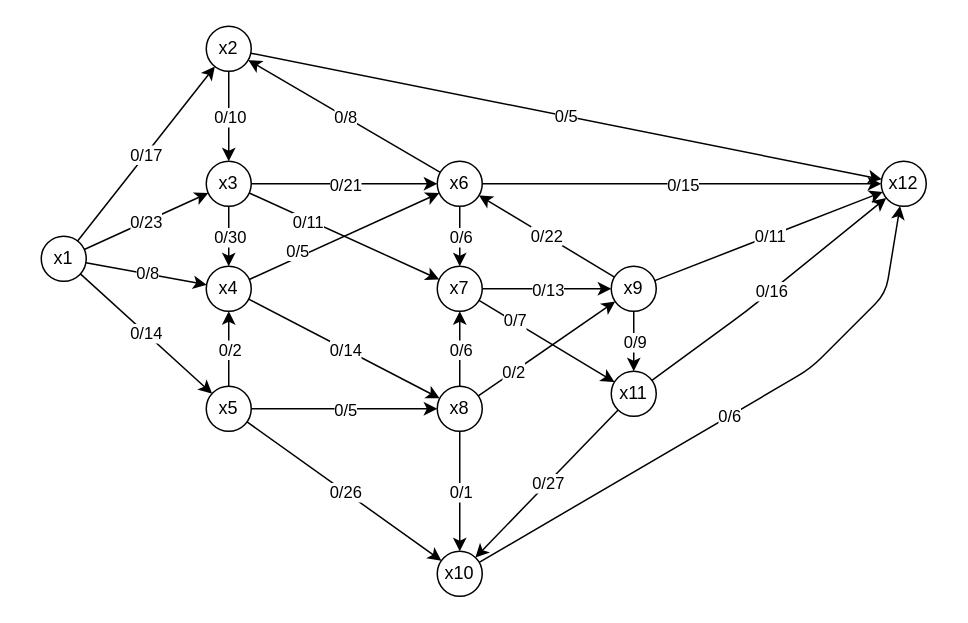
Trickster2038/BmstuLabs4 keeps this draw.io diagram as дискретка/default graph.drawio. Above is the earlier version. Source tidied: cells renumbered, new cells numbered last; positions are measured from the earlier drawing's top-left corner, leaving out a move shared by most shapes. Both pictures are drawn from the tidied source at 150%, with x=0, y=0 at pixel (40, 26).
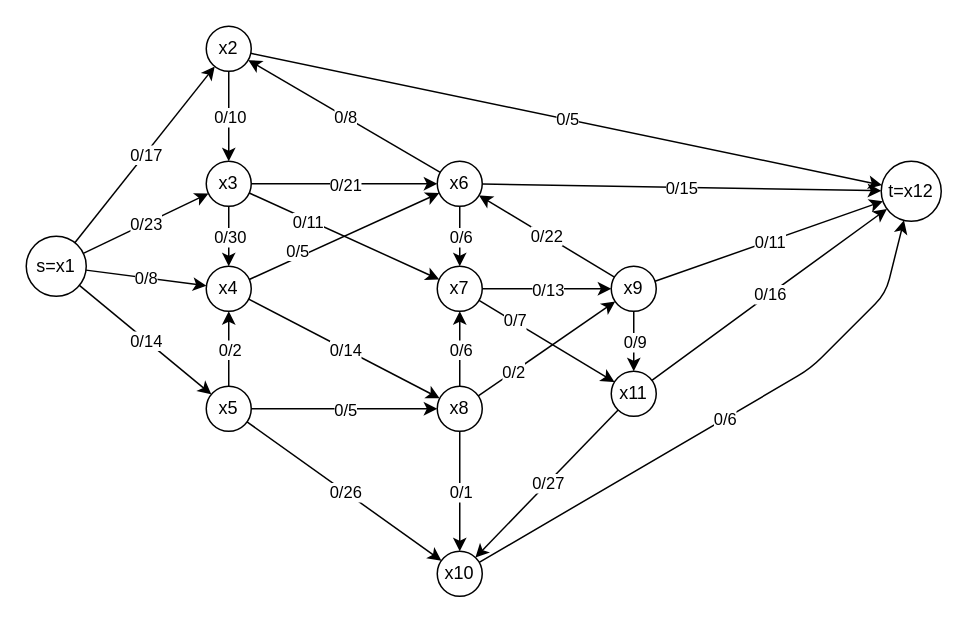
Above is the later version.

The edit, as a diff of the source:
```diff
@@
-    <mxCell id="2" value="x1" style="ellipse;whiteSpace=wrap;html=1;" parent="1" vertex="1">
-      <mxGeometry y="140" width="30" height="30" as="geometry" />
+    <mxCell id="2" value="s=x1" style="ellipse;whiteSpace=wrap;html=1;" parent="1" vertex="1">
+      <mxGeometry x="-10" y="140" width="40" height="40" as="geometry" />
     </mxCell>
@@
-    <mxCell id="17" value="x12" style="ellipse;whiteSpace=wrap;html=1;" parent="1" vertex="1">
-      <mxGeometry x="560" y="90" width="30" height="30" as="geometry" />
+    <mxCell id="17" value="t=x12" style="ellipse;whiteSpace=wrap;html=1;" parent="1" vertex="1">
+      <mxGeometry x="560" y="90" width="40" height="40" as="geometry" />
     </mxCell>
```
